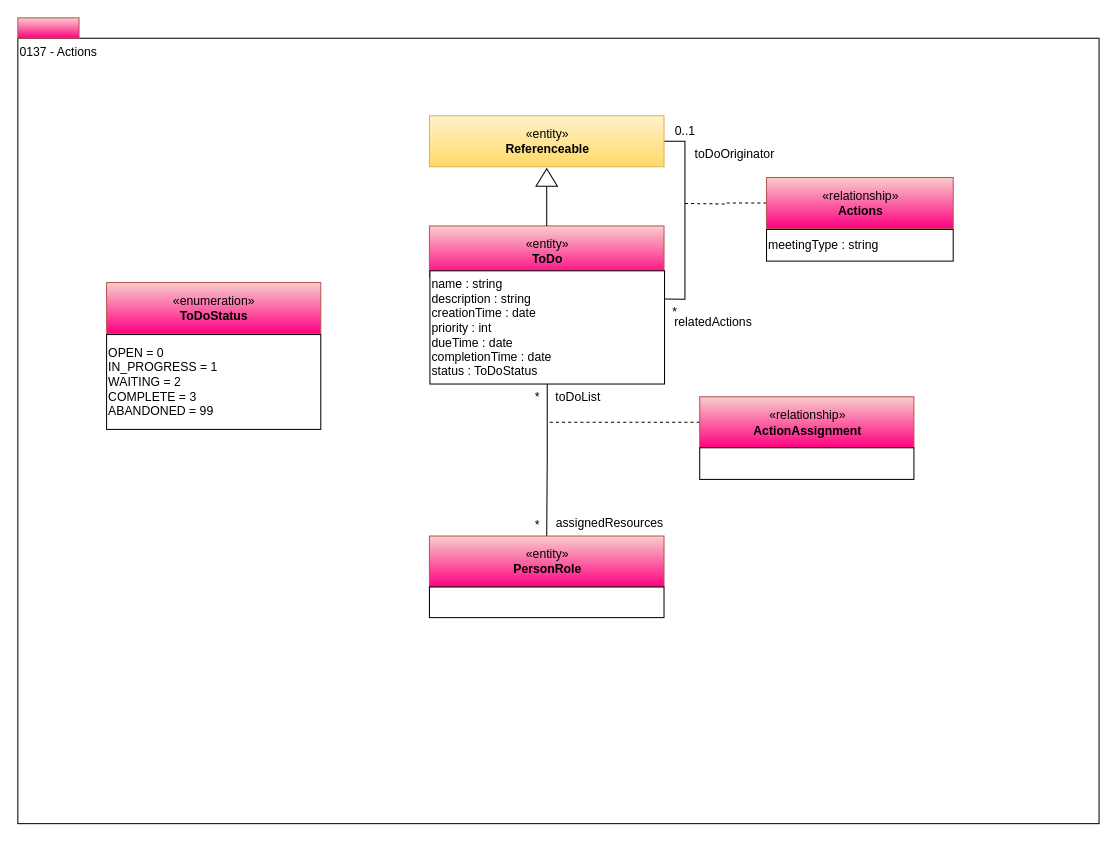
The draw.io diagram page "0137-Actions" (9 of 13) of open-metadata-publication/website/open-metadata-types/area-1-collaboration.drawio in odpi/egeria, before the edit. Source tidied: cells renumbered, new cells numbered last; positions are measured from the earlier drawing's top-left corner, leaving out a move shared by most shapes. Both pictures are drawn from the tidied source at 102%, with x=0, y=0 at pixel (17, 17).
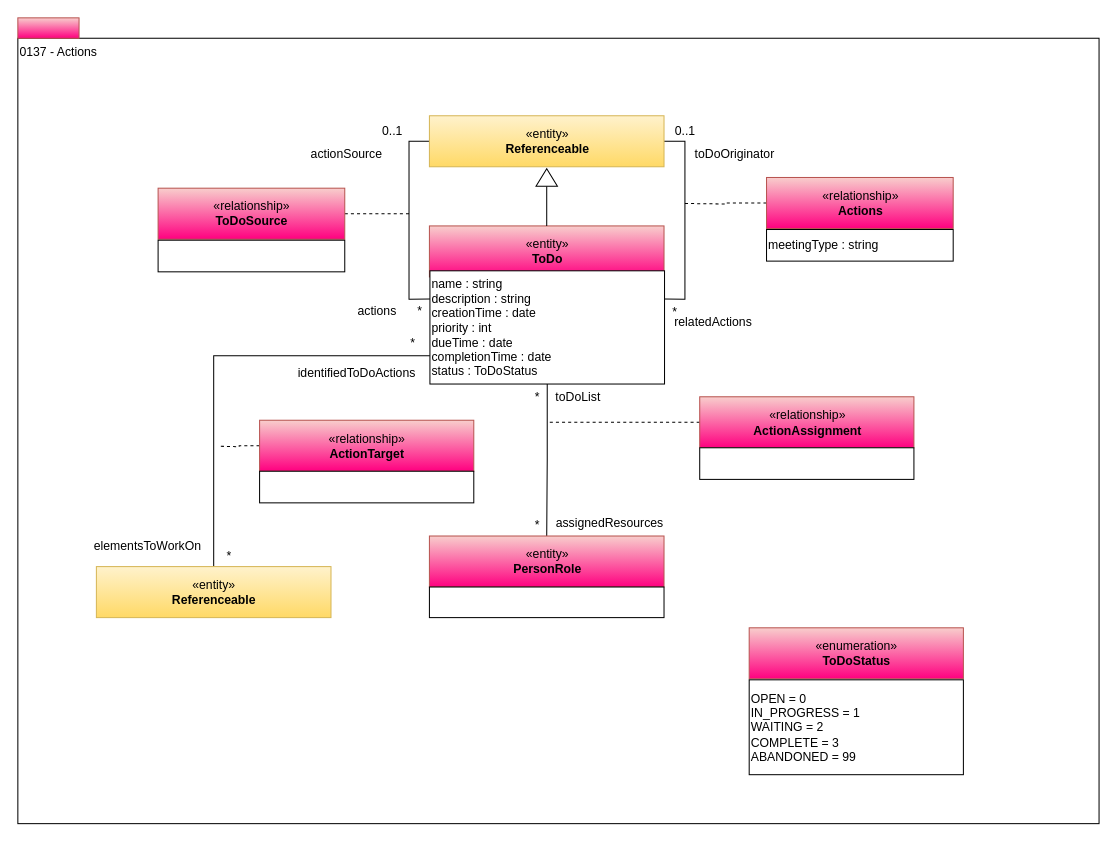
The same diagram, later.

Unchanged cells that the change refers to:
```xml
<mxCell id="7" value="name : string&lt;br&gt;description : string&lt;br&gt;creationTime : date&lt;br&gt;priority : int&lt;br&gt;dueTime : date&lt;br&gt;completionTime : date&lt;br&gt;status : ToDoStatus&lt;br&gt;" style="rounded=0;whiteSpace=wrap;html=1;align=left;" parent="1" vertex="1">
  <mxGeometry x="404" y="248" width="230" height="111" as="geometry" />
</mxCell>
<mxCell id="14" value="«entity»&lt;br&gt;&lt;b&gt;Referenceable&lt;/b&gt;" style="html=1;strokeColor=#d6b656;align=center;fillColor=#fff2cc;gradientColor=#ffd966;" parent="1" vertex="1">
  <mxGeometry x="403.5" y="96" width="230" height="50" as="geometry" />
</mxCell>
```

Change to the diagram source:
```diff
@@
+    <mxCell id="29" style="edgeStyle=orthogonalEdgeStyle;rounded=0;jettySize=auto;html=1;exitX=0;exitY=0.75;exitDx=0;exitDy=0;endArrow=none;endFill=0;" parent="1" edge="1" source="7" target="38">
+      <mxGeometry relative="1" as="geometry" />
+    </mxCell>
@@
+    <mxCell id="30" style="edgeStyle=orthogonalEdgeStyle;rounded=0;jettySize=auto;html=1;exitX=0;exitY=0.5;exitDx=0;exitDy=0;entryX=0;entryY=0.25;entryDx=0;entryDy=0;endArrow=none;endFill=0;" parent="1" edge="1" source="14" target="7">
+      <mxGeometry relative="1" as="geometry" />
+    </mxCell>
@@
     <mxCell id="27" value="«enumeration»&lt;br&gt;&lt;span&gt;&lt;b&gt;ToDoStatus&lt;/b&gt;&lt;/span&gt;&lt;br&gt;" style="html=1;strokeColor=#b85450;align=center;fillColor=#f8cecc;gradientColor=#FF0080;" parent="1" vertex="1">
-      <mxGeometry x="87" y="259.5" width="210" height="50" as="geometry" />
+      <mxGeometry x="717" y="598" width="210" height="50" as="geometry" />
     </mxCell>
     <mxCell id="28" value="&lt;div style=&quot;text-align: left&quot;&gt;OPEN = 0&lt;/div&gt;&lt;div style=&quot;text-align: left&quot;&gt;IN_PROGRESS = 1&lt;/div&gt;&lt;div style=&quot;text-align: left&quot;&gt;WAITING = 2&lt;/div&gt;&lt;div style=&quot;text-align: left&quot;&gt;COMPLETE = 3&lt;/div&gt;&lt;div style=&quot;text-align: left&quot;&gt;&lt;span&gt;ABANDONED = 99&lt;/span&gt;&lt;br&gt;&lt;/div&gt;" style="rounded=0;whiteSpace=wrap;html=1;strokeColor=#000000;gradientColor=#ffffff;align=left;" parent="1" vertex="1">
-      <mxGeometry x="87" y="310.5" width="210" height="93" as="geometry" />
+      <mxGeometry x="717" y="649" width="210" height="93" as="geometry" />
     </mxCell>
+    <mxCell id="31" value="0..1" style="text;html=1;align=center;verticalAlign=middle;strokeColor=none;" parent="1" vertex="1">
+      <mxGeometry x="347" y="101" width="40" height="20" as="geometry" />
+    </mxCell>
+    <mxCell id="32" value="actionSource" style="text;html=1;align=center;verticalAlign=middle;strokeColor=none;" parent="1" vertex="1">
+      <mxGeometry x="277" y="124" width="90" height="20" as="geometry" />
+    </mxCell>
+    <mxCell id="33" value="actions" style="text;html=1;align=center;verticalAlign=middle;strokeColor=none;" parent="1" vertex="1">
+      <mxGeometry x="327" y="278" width="50" height="20" as="geometry" />
+    </mxCell>
+    <mxCell id="34" value="*" style="text;html=1;align=center;verticalAlign=middle;strokeColor=none;" parent="1" vertex="1">
+      <mxGeometry x="383.5" y="278" width="20" height="20" as="geometry" />
+    </mxCell>
+    <mxCell id="35" style="edgeStyle=orthogonalEdgeStyle;rounded=0;html=1;exitX=1;exitY=0.5;endArrow=none;endFill=0;jettySize=auto;dashed=1;exitDx=0;exitDy=0;" parent="1" edge="1" source="36">
+      <mxGeometry relative="1" as="geometry">
+        <mxPoint x="384" y="192" as="targetPoint" />
+      </mxGeometry>
+    </mxCell>
+    <mxCell id="36" value="«relationship»&lt;br&gt;&lt;b&gt;ToDoSource&lt;/b&gt;" style="html=1;strokeColor=#b85450;align=center;fillColor=#f8cecc;gradientColor=#FF0080;" parent="1" vertex="1">
+      <mxGeometry x="137.5" y="167" width="183" height="50" as="geometry" />
+    </mxCell>
+    <mxCell id="37" style="rounded=0;whiteSpace=wrap;html=1;strokeColor=#000000;gradientColor=#ffffff;align=left;" parent="1" vertex="1">
+      <mxGeometry x="137.5" y="218" width="183" height="31" as="geometry" />
+    </mxCell>
+    <mxCell id="38" value="«entity»&lt;br&gt;&lt;b&gt;Referenceable&lt;/b&gt;" style="html=1;strokeColor=#d6b656;align=center;fillColor=#fff2cc;gradientColor=#ffd966;" parent="1" vertex="1">
+      <mxGeometry x="77" y="538" width="230" height="50" as="geometry" />
+    </mxCell>
+    <mxCell id="39" style="edgeStyle=orthogonalEdgeStyle;rounded=0;html=1;exitX=0;exitY=0.5;endArrow=none;endFill=0;jettySize=auto;dashed=1;" parent="1" edge="1" source="40">
+      <mxGeometry relative="1" as="geometry">
+        <mxPoint x="197" y="420" as="targetPoint" />
+      </mxGeometry>
+    </mxCell>
+    <mxCell id="40" value="«relationship»&lt;br&gt;&lt;b&gt;ActionTarget&lt;/b&gt;" style="html=1;strokeColor=#b85450;align=center;fillColor=#f8cecc;gradientColor=#FF0080;" parent="1" vertex="1">
+      <mxGeometry x="237" y="394.5" width="210" height="50" as="geometry" />
+    </mxCell>
+    <mxCell id="41" style="rounded=0;whiteSpace=wrap;html=1;strokeColor=#000000;gradientColor=#ffffff;align=left;" parent="1" vertex="1">
+      <mxGeometry x="237" y="444.5" width="210" height="31" as="geometry" />
+    </mxCell>
+    <mxCell id="42" value="*" style="text;html=1;align=center;verticalAlign=top;spacingTop=-4;" parent="1" vertex="1">
+      <mxGeometry x="377" y="309" width="20" height="20" as="geometry" />
+    </mxCell>
+    <mxCell id="43" value="*" style="text;html=1;align=center;verticalAlign=top;spacingTop=-4;" parent="1" vertex="1">
+      <mxGeometry x="197" y="518" width="20" height="20" as="geometry" />
+    </mxCell>
+    <mxCell id="44" value="identifiedToDoActions" style="text;html=1;align=center;verticalAlign=middle;strokeColor=none;" parent="1" vertex="1">
+      <mxGeometry x="267" y="339" width="130" height="20" as="geometry" />
+    </mxCell>
+    <mxCell id="45" value="elementsToWorkOn" style="text;html=1;align=center;verticalAlign=middle;strokeColor=none;" parent="1" vertex="1">
+      <mxGeometry x="67" y="508" width="120" height="20" as="geometry" />
+    </mxCell>
```
